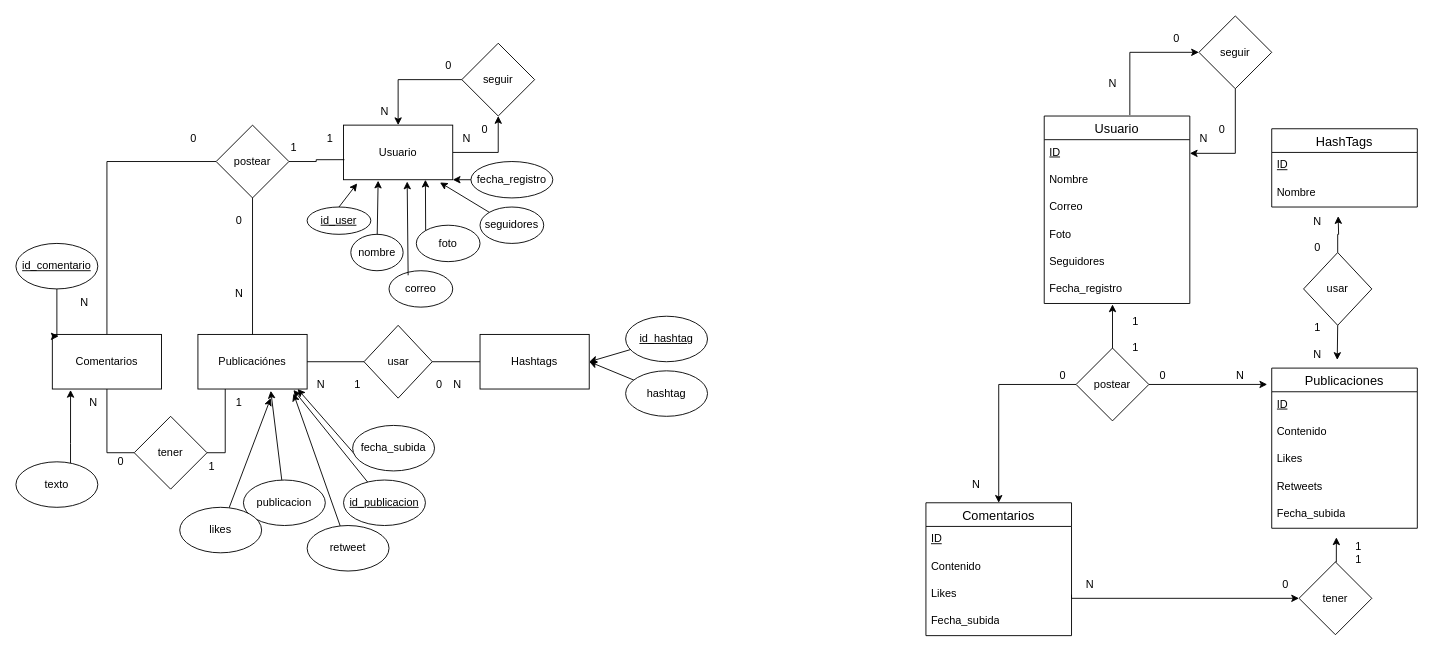
adriii28/amr-tsys-C3U12-11102023 keeps this draw.io diagram as ej16.drawio. Above is the earlier version. Source tidied: cells renumbered, new cells numbered last; positions are measured from the earlier drawing's top-left corner, leaving out a move shared by most shapes. Both pictures are drawn from the tidied source at 91%, with x=0, y=0 at pixel (15, 15).
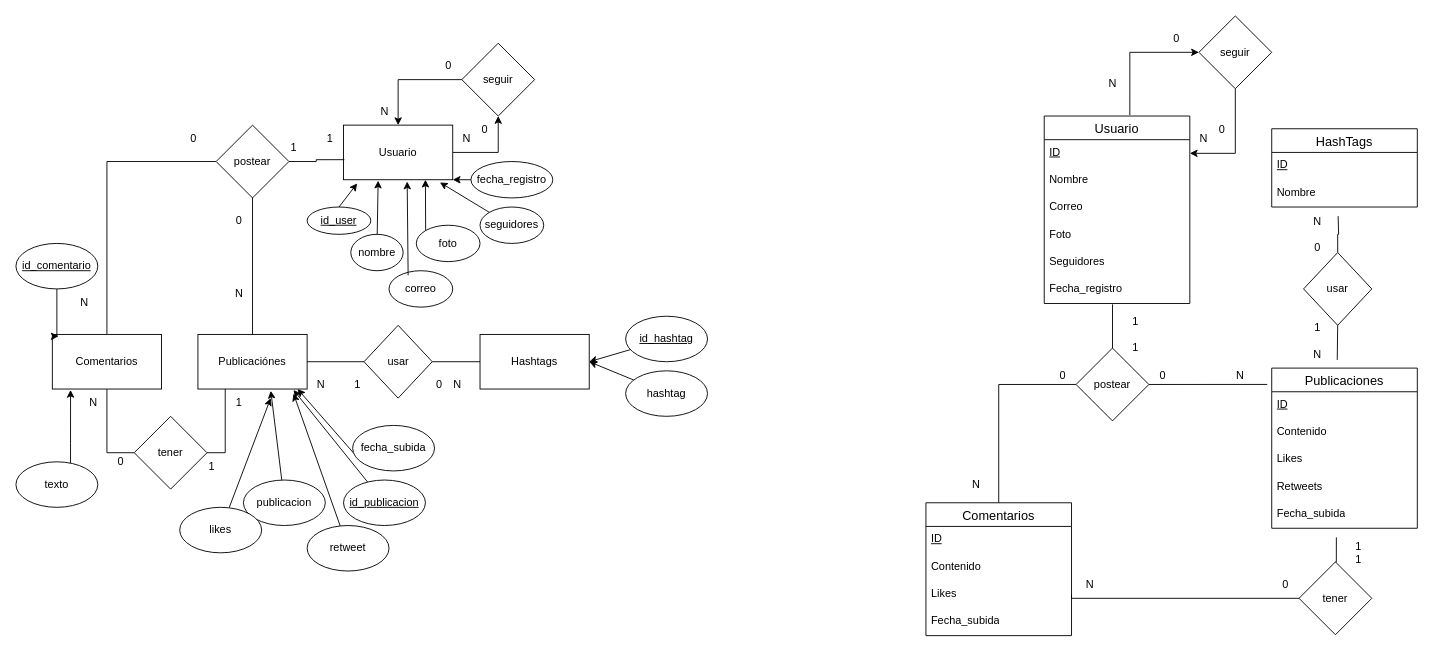
Above is the later version.

Unchanged cells that the change refers to:
```xml
<mxCell id="74" value="Fecha_registro" style="text;strokeColor=none;fillColor=none;spacingLeft=4;spacingRight=4;overflow=hidden;points=[[0,0.5],[1,0.5]];portConstraint=eastwest;fontSize=12;whiteSpace=wrap;html=1;" parent="68" vertex="1">
  <mxGeometry y="176" width="160" height="30" as="geometry" />
</mxCell>
<mxCell id="78" value="Publicaciones" style="swimlane;fontStyle=0;horizontal=1;startSize=26;align=center;fontSize=14;" parent="1" vertex="1">
  <mxGeometry x="1380" y="387" width="160" height="176" as="geometry" />
</mxCell>
<mxCell id="83" value="Fecha_subida" style="text;strokeColor=none;fillColor=none;spacingLeft=4;spacingRight=4;overflow=hidden;points=[[0,0.5],[1,0.5]];portConstraint=eastwest;fontSize=12;whiteSpace=wrap;html=1;" parent="78" vertex="1">
  <mxGeometry y="146" width="160" height="30" as="geometry" />
</mxCell>
<mxCell id="84" value="Comentarios" style="swimlane;fontStyle=0;horizontal=1;startSize=26;align=center;fontSize=14;" parent="1" vertex="1">
  <mxGeometry x="1000" y="535" width="160" height="146" as="geometry" />
</mxCell>
<mxCell id="87" value="Likes" style="text;strokeColor=none;fillColor=none;spacingLeft=4;spacingRight=4;overflow=hidden;points=[[0,0.5],[1,0.5]];portConstraint=eastwest;fontSize=12;whiteSpace=wrap;html=1;" parent="84" vertex="1">
  <mxGeometry y="86" width="160" height="30" as="geometry" />
</mxCell>
<mxCell id="96" value="postear" style="rhombus;whiteSpace=wrap;html=1;" parent="1" vertex="1">
  <mxGeometry x="1165" y="365" width="80" height="80" as="geometry" />
</mxCell>
<mxCell id="103" value="tener" style="rhombus;whiteSpace=wrap;html=1;" parent="1" vertex="1">
  <mxGeometry x="1410" y="600" width="80" height="80" as="geometry" />
</mxCell>
<mxCell id="111" value="usar" style="rhombus;whiteSpace=wrap;html=1;" parent="1" vertex="1">
  <mxGeometry x="1415" y="260" width="75" height="80" as="geometry" />
</mxCell>
```

The edit, as a diff of the source:
```diff
@@
-    <mxCell id="95" style="edgeStyle=orthogonalEdgeStyle;rounded=0;jettySize=auto;html=1;entryX=0.5;entryY=0;entryDx=0;entryDy=0;" parent="1" edge="1" source="96" target="84">
+    <mxCell id="95" style="edgeStyle=orthogonalEdgeStyle;rounded=0;jettySize=auto;html=1;entryX=0.5;entryY=0;entryDx=0;entryDy=0;endArrow=none;endFill=0;startArrow=none;startFill=0;" parent="1" edge="1" source="96" target="84">
       <mxGeometry relative="1" as="geometry" />
     </mxCell>
@@
-    <mxCell id="97" style="edgeStyle=orthogonalEdgeStyle;rounded=0;jettySize=auto;html=1;entryX=0.469;entryY=1.033;entryDx=0;entryDy=0;entryPerimeter=0;" parent="1" edge="1" source="96" target="74">
+    <mxCell id="97" style="edgeStyle=orthogonalEdgeStyle;rounded=0;jettySize=auto;html=1;entryX=0.469;entryY=1.033;entryDx=0;entryDy=0;entryPerimeter=0;endArrow=none;endFill=0;startArrow=none;startFill=0;" parent="1" edge="1" source="96" target="74">
       <mxGeometry relative="1" as="geometry" />
     </mxCell>
@@
-    <mxCell id="104" style="edgeStyle=orthogonalEdgeStyle;rounded=0;jettySize=auto;html=1;exitX=1;exitY=0.5;exitDx=0;exitDy=0;entryX=-0.031;entryY=0.102;entryDx=0;entryDy=0;entryPerimeter=0;" parent="1" edge="1" source="96" target="78">
+    <mxCell id="104" style="edgeStyle=orthogonalEdgeStyle;rounded=0;jettySize=auto;html=1;exitX=1;exitY=0.5;exitDx=0;exitDy=0;entryX=-0.031;entryY=0.102;entryDx=0;entryDy=0;entryPerimeter=0;endArrow=none;endFill=0;startArrow=none;startFill=0;" parent="1" edge="1" source="96" target="78">
       <mxGeometry relative="1" as="geometry" />
     </mxCell>
-    <mxCell id="105" style="edgeStyle=orthogonalEdgeStyle;rounded=0;jettySize=auto;html=1;exitX=1;exitY=0.5;exitDx=0;exitDy=0;entryX=0;entryY=0.5;entryDx=0;entryDy=0;" parent="1" edge="1" source="87" target="103">
+    <mxCell id="105" style="edgeStyle=orthogonalEdgeStyle;rounded=0;jettySize=auto;html=1;exitX=1;exitY=0.5;exitDx=0;exitDy=0;entryX=0;entryY=0.5;entryDx=0;entryDy=0;endArrow=none;endFill=0;startArrow=none;startFill=0;" parent="1" edge="1" source="87" target="103">
       <mxGeometry relative="1" as="geometry">
         <Array as="points">
           <mxPoint x="1160" y="640" />
         </Array>
       </mxGeometry>
     </mxCell>
-    <mxCell id="106" style="edgeStyle=orthogonalEdgeStyle;rounded=0;jettySize=auto;html=1;exitX=0.5;exitY=0;exitDx=0;exitDy=0;entryX=0.444;entryY=1.333;entryDx=0;entryDy=0;entryPerimeter=0;" parent="1" edge="1" source="103" target="83">
+    <mxCell id="106" style="edgeStyle=orthogonalEdgeStyle;rounded=0;jettySize=auto;html=1;exitX=0.5;exitY=0;exitDx=0;exitDy=0;entryX=0.444;entryY=1.333;entryDx=0;entryDy=0;entryPerimeter=0;endArrow=none;endFill=0;startArrow=none;startFill=0;" parent="1" edge="1" source="103" target="83">
       <mxGeometry relative="1" as="geometry" />
     </mxCell>
@@
-    <mxCell id="110" style="edgeStyle=orthogonalEdgeStyle;rounded=0;jettySize=auto;html=1;exitX=0.5;exitY=0;exitDx=0;exitDy=0;" parent="1" edge="1" source="111">
+    <mxCell id="110" style="edgeStyle=orthogonalEdgeStyle;rounded=0;jettySize=auto;html=1;exitX=0.5;exitY=0;exitDx=0;exitDy=0;endArrow=none;endFill=0;startArrow=none;startFill=0;" parent="1" edge="1" source="111">
       <mxGeometry relative="1" as="geometry">
         <mxPoint x="1453" y="220" as="targetPoint" />
       </mxGeometry>
     </mxCell>
@@
-    <mxCell id="112" style="edgeStyle=orthogonalEdgeStyle;rounded=0;jettySize=auto;html=1;exitX=0.5;exitY=1;exitDx=0;exitDy=0;entryX=0.45;entryY=-0.051;entryDx=0;entryDy=0;entryPerimeter=0;" parent="1" edge="1" source="111" target="78">
+    <mxCell id="112" style="edgeStyle=orthogonalEdgeStyle;rounded=0;jettySize=auto;html=1;exitX=0.5;exitY=1;exitDx=0;exitDy=0;entryX=0.45;entryY=-0.051;entryDx=0;entryDy=0;entryPerimeter=0;endArrow=none;endFill=0;startArrow=none;startFill=0;" parent="1" edge="1" source="111" target="78">
       <mxGeometry relative="1" as="geometry" />
     </mxCell>
```
